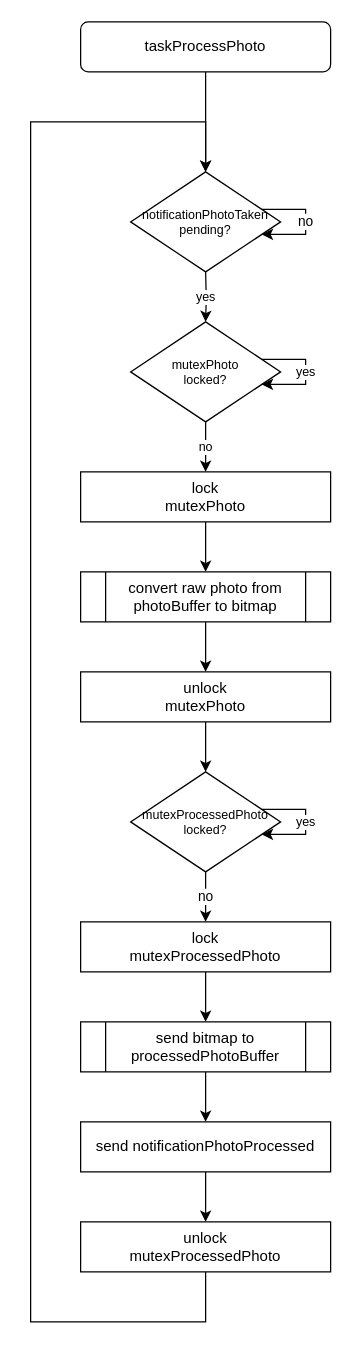
Earlier version of the draw.io diagram Diagrams/taskProcessPhoto.drawio (rafaelandrepedro/embebidos2122). Source tidied: cells renumbered, new cells numbered last; positions are measured from the earlier drawing's top-left corner, leaving out a move shared by most shapes. Both pictures are drawn from the tidied source at 125%, with x=0, y=0 at pixel (30, 21).
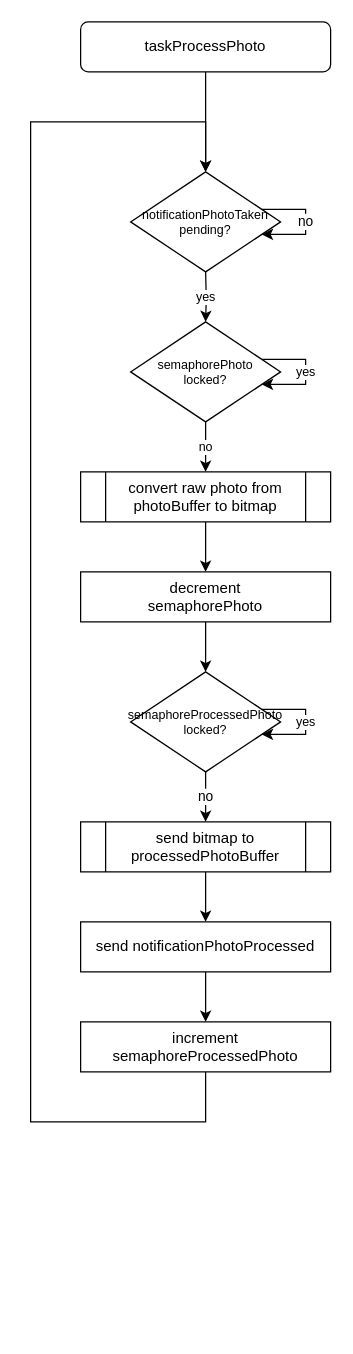
The same page after the edit.

Change to the diagram source:
```diff
@@
-    <mxCell id="5" style="edgeStyle=orthogonalEdgeStyle;rounded=0;jettySize=auto;html=1;" parent="1" edge="1" source="6" target="14">
-      <mxGeometry relative="1" as="geometry" />
-    </mxCell>
-    <mxCell id="6" value="lock&lt;br&gt;mutexPhoto" style="rounded=0;whiteSpace=wrap;html=1;" parent="1" vertex="1">
-      <mxGeometry x="40" y="360" width="200" height="40" as="geometry" />
-    </mxCell>
-    <mxCell id="7" value="no" style="edgeStyle=orthogonalEdgeStyle;rounded=0;jettySize=auto;html=1;fontSize=10;" parent="1" edge="1" source="8" target="6">
-      <mxGeometry relative="1" as="geometry" />
+    <mxCell id="7" value="no" style="edgeStyle=orthogonalEdgeStyle;rounded=0;jettySize=auto;html=1;fontSize=10;" parent="1" edge="1" source="8">
+      <mxGeometry relative="1" as="geometry">
+        <mxPoint x="140" y="360" as="targetPoint" />
+      </mxGeometry>
     </mxCell>
-    <mxCell id="8" value="mutexPhoto&lt;br style=&quot;font-size: 10px&quot;&gt;locked?" style="rhombus;whiteSpace=wrap;html=1;fontSize=10;" parent="1" vertex="1">
+    <mxCell id="8" value="semaphorePhoto&lt;br style=&quot;font-size: 10px&quot;&gt;locked?" style="rhombus;whiteSpace=wrap;html=1;fontSize=10;" parent="1" vertex="1">
       <mxGeometry x="80" y="240" width="120" height="80" as="geometry" />
     </mxCell>
     <mxCell id="9" style="edgeStyle=orthogonalEdgeStyle;rounded=0;jettySize=auto;html=1;fontSize=10;exitX=0.5;exitY=1;exitDx=0;exitDy=0;" parent="1" edge="1" source="26">
       <mxGeometry relative="1" as="geometry">
         <mxPoint x="140" y="120" as="targetPoint" />
         <Array as="points">
-          <mxPoint x="140" y="1040" />
-          <mxPoint y="1040" />
+          <mxPoint x="140" y="880" />
+          <mxPoint y="880" />
           <mxPoint y="80" />
           <mxPoint x="140" y="80" />
         </Array>
       </mxGeometry>
     </mxCell>
@@
     <mxCell id="12" value="send notificationPhotoProcessed" style="rounded=0;whiteSpace=wrap;html=1;" parent="1" vertex="1">
-      <mxGeometry x="40" y="880" width="200" height="40" as="geometry" />
+      <mxGeometry x="40" y="720" width="200" height="40" as="geometry" />
     </mxCell>
@@
     <mxCell id="14" value="convert raw photo from photoBuffer to bitmap" style="shape=process;whiteSpace=wrap;html=1;backgroundOutline=1;" parent="1" vertex="1">
-      <mxGeometry x="40" y="440" width="200" height="40" as="geometry" />
+      <mxGeometry x="40" y="360" width="200" height="40" as="geometry" />
     </mxCell>
@@
     <mxCell id="16" value="send bitmap to processedPhotoBuffer" style="shape=process;whiteSpace=wrap;html=1;backgroundOutline=1;" parent="1" vertex="1">
-      <mxGeometry x="40" y="800" width="200" height="40" as="geometry" />
+      <mxGeometry x="40" y="640" width="200" height="40" as="geometry" />
     </mxCell>
@@
-    <mxCell id="20" value="unlock&lt;br&gt;mutexPhoto" style="rounded=0;whiteSpace=wrap;html=1;" parent="1" vertex="1">
-      <mxGeometry x="40" y="520" width="200" height="40" as="geometry" />
+    <mxCell id="20" value="decrement&lt;br&gt;semaphorePhoto" style="rounded=0;whiteSpace=wrap;html=1;" parent="1" vertex="1">
+      <mxGeometry x="40" y="440" width="200" height="40" as="geometry" />
     </mxCell>
-    <mxCell id="21" value="no" style="edgeStyle=orthogonalEdgeStyle;rounded=0;jettySize=auto;html=1;" parent="1" edge="1" source="22" target="25">
-      <mxGeometry relative="1" as="geometry" />
+    <mxCell id="21" value="no" style="edgeStyle=orthogonalEdgeStyle;rounded=0;jettySize=auto;html=1;" parent="1" edge="1" source="22">
+      <mxGeometry relative="1" as="geometry">
+        <mxPoint x="140" y="640" as="targetPoint" />
+      </mxGeometry>
     </mxCell>
-    <mxCell id="22" value="mutexProcessedPhoto&lt;br style=&quot;font-size: 10px&quot;&gt;locked?" style="rhombus;whiteSpace=wrap;html=1;fontSize=10;" parent="1" vertex="1">
-      <mxGeometry x="80" y="600" width="120" height="80" as="geometry" />
+    <mxCell id="22" value="semaphoreProcessedPhoto&lt;br style=&quot;font-size: 10px&quot;&gt;locked?" style="rhombus;whiteSpace=wrap;html=1;fontSize=10;" parent="1" vertex="1">
+      <mxGeometry x="80" y="520" width="120" height="80" as="geometry" />
     </mxCell>
@@
-    <mxCell id="24" style="edgeStyle=orthogonalEdgeStyle;rounded=0;jettySize=auto;html=1;" parent="1" edge="1" source="25" target="16">
-      <mxGeometry relative="1" as="geometry" />
-    </mxCell>
-    <mxCell id="25" value="lock&lt;br&gt;mutexProcessedPhoto" style="rounded=0;whiteSpace=wrap;html=1;" parent="1" vertex="1">
-      <mxGeometry x="40" y="720" width="200" height="40" as="geometry" />
-    </mxCell>
-    <mxCell id="26" value="unlock&lt;br&gt;mutexProcessedPhoto" style="rounded=0;whiteSpace=wrap;html=1;" parent="1" vertex="1">
-      <mxGeometry x="40" y="960" width="200" height="40" as="geometry" />
+    <mxCell id="26" value="increment&lt;br&gt;semaphoreProcessedPhoto" style="rounded=0;whiteSpace=wrap;html=1;" parent="1" vertex="1">
+      <mxGeometry x="40" y="800" width="200" height="40" as="geometry" />
     </mxCell>
```
